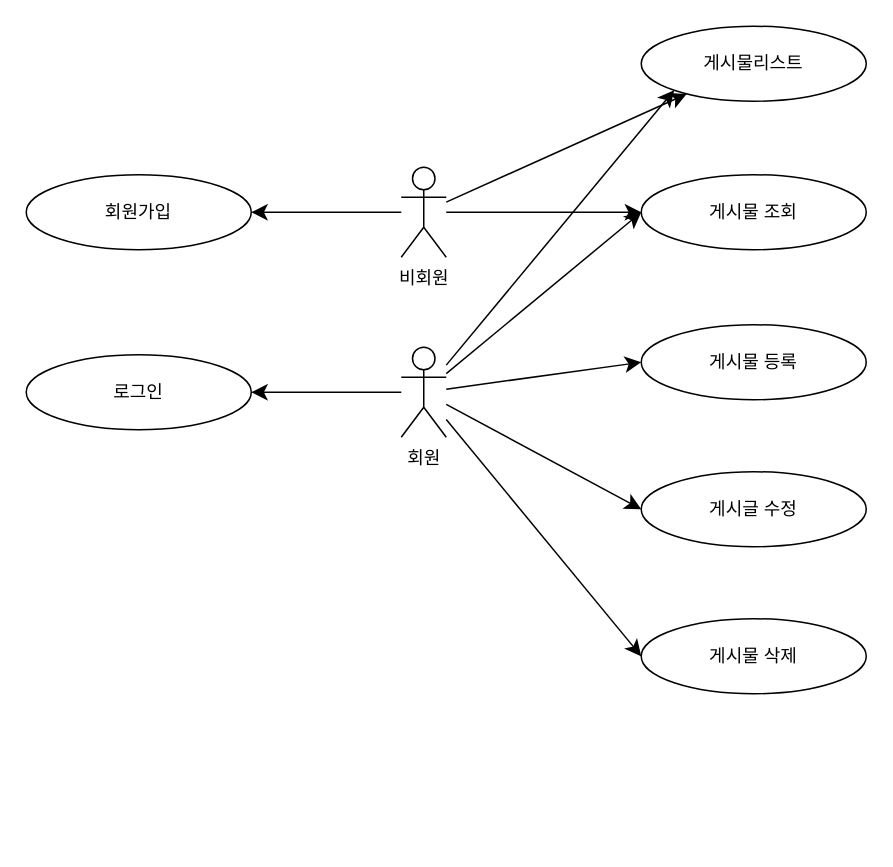
Before: src/structuralDesign/useCaseDiagram.drawio in Han00903/toy-board, a draw.io diagram. Source tidied: cells renumbered, new cells numbered last; positions are measured from the earlier drawing's top-left corner, leaving out a move shared by most shapes. Both pictures are drawn from the tidied source at 150%, with x=0, y=0 at pixel (26, 26).
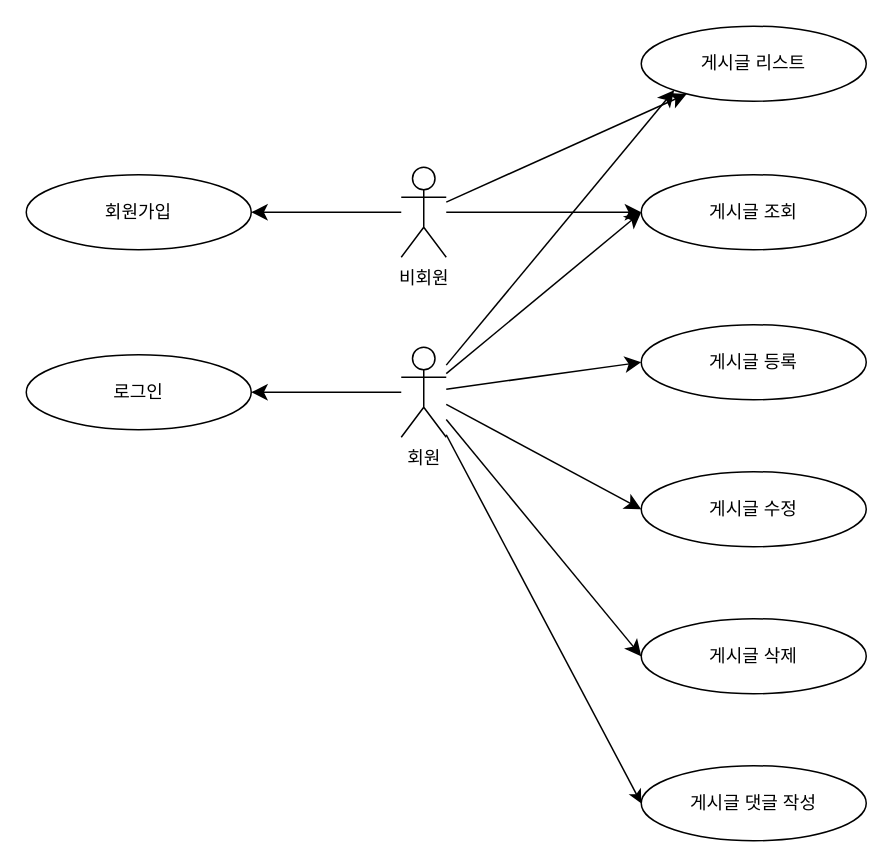
The same diagram, later.

Unchanged cells that the change refers to:
```xml
<mxCell id="12" value="회원" style="shape=umlActor;verticalLabelPosition=bottom;verticalAlign=top;html=1;outlineConnect=0;" parent="1" vertex="1">
  <mxGeometry x="250" y="214" width="30" height="60" as="geometry" />
</mxCell>
```

What changed in the source:
```diff
@@
-    <mxCell id="14" value="게시물리스트" style="ellipse;whiteSpace=wrap;html=1;" parent="1" vertex="1">
+    <mxCell id="14" value="게시글 리스트" style="ellipse;whiteSpace=wrap;html=1;" parent="1" vertex="1">
       <mxGeometry x="410" width="150" height="50" as="geometry" />
     </mxCell>
@@
-    <mxCell id="17" value="게시물 삭제" style="ellipse;whiteSpace=wrap;html=1;" parent="1" vertex="1">
+    <mxCell id="17" value="게시글 삭제" style="ellipse;whiteSpace=wrap;html=1;" parent="1" vertex="1">
       <mxGeometry x="410" y="395" width="150" height="50" as="geometry" />
     </mxCell>
-    <mxCell id="18" value="게시물 조회" style="ellipse;whiteSpace=wrap;html=1;" parent="1" vertex="1">
+    <mxCell id="18" value="게시글 조회" style="ellipse;whiteSpace=wrap;html=1;" parent="1" vertex="1">
       <mxGeometry x="410" y="99" width="150" height="50" as="geometry" />
     </mxCell>
-    <mxCell id="19" value="게시물 등록" style="ellipse;whiteSpace=wrap;html=1;" parent="1" vertex="1">
+    <mxCell id="19" value="게시글 등록" style="ellipse;whiteSpace=wrap;html=1;" parent="1" vertex="1">
       <mxGeometry x="410" y="199" width="150" height="50" as="geometry" />
     </mxCell>
+    <mxCell id="20" value="게시글 댓글 작성" style="ellipse;whiteSpace=wrap;html=1;" parent="1" vertex="1">
+      <mxGeometry x="410" y="493" width="150" height="50" as="geometry" />
+    </mxCell>
+    <mxCell id="21" style="endArrow=classic;html=1;rounded=0;entryX=0;entryY=0.5;entryDx=0;entryDy=0;" parent="1" edge="1" source="12" target="20">
+      <mxGeometry relative="1" as="geometry" />
+    </mxCell>
```
